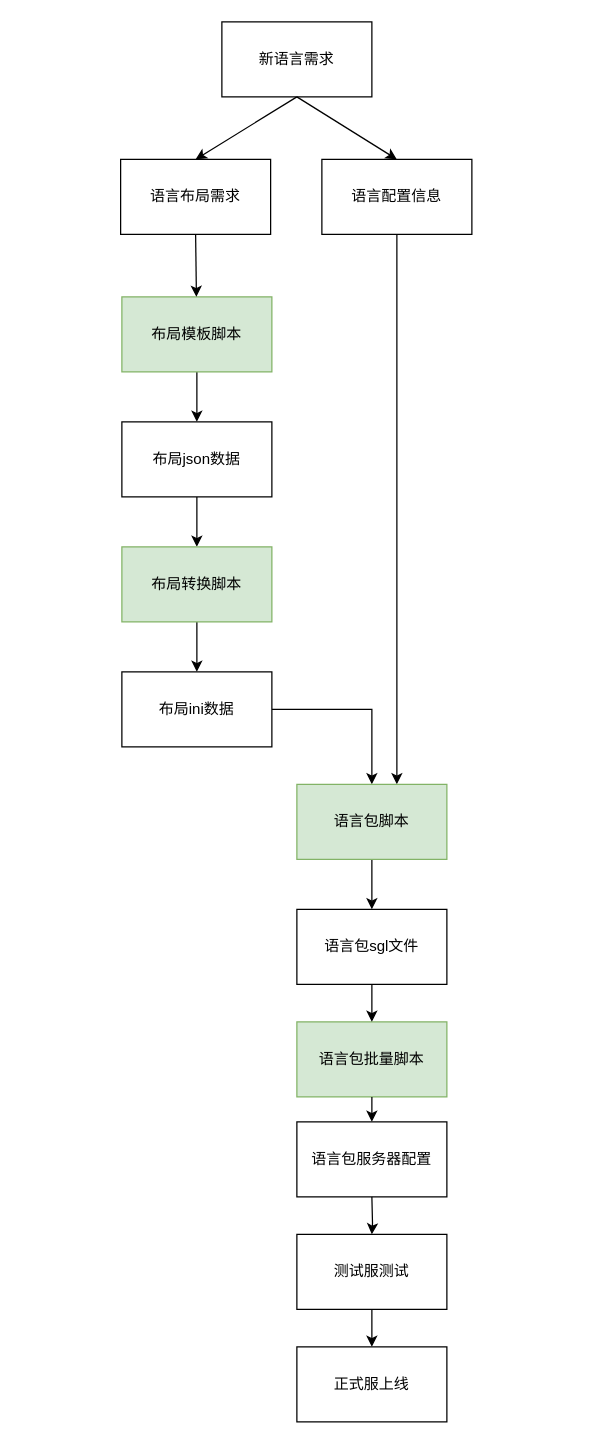
Before: layout-editor/布局编辑器.drawio in chonglv/charts, a draw.io diagram. Source tidied: cells renumbered, new cells numbered last; positions are measured from the earlier drawing's top-left corner, leaving out a move shared by most shapes. Both pictures are drawn from the tidied source at 125%, with x=0, y=0 at pixel (120, 21).
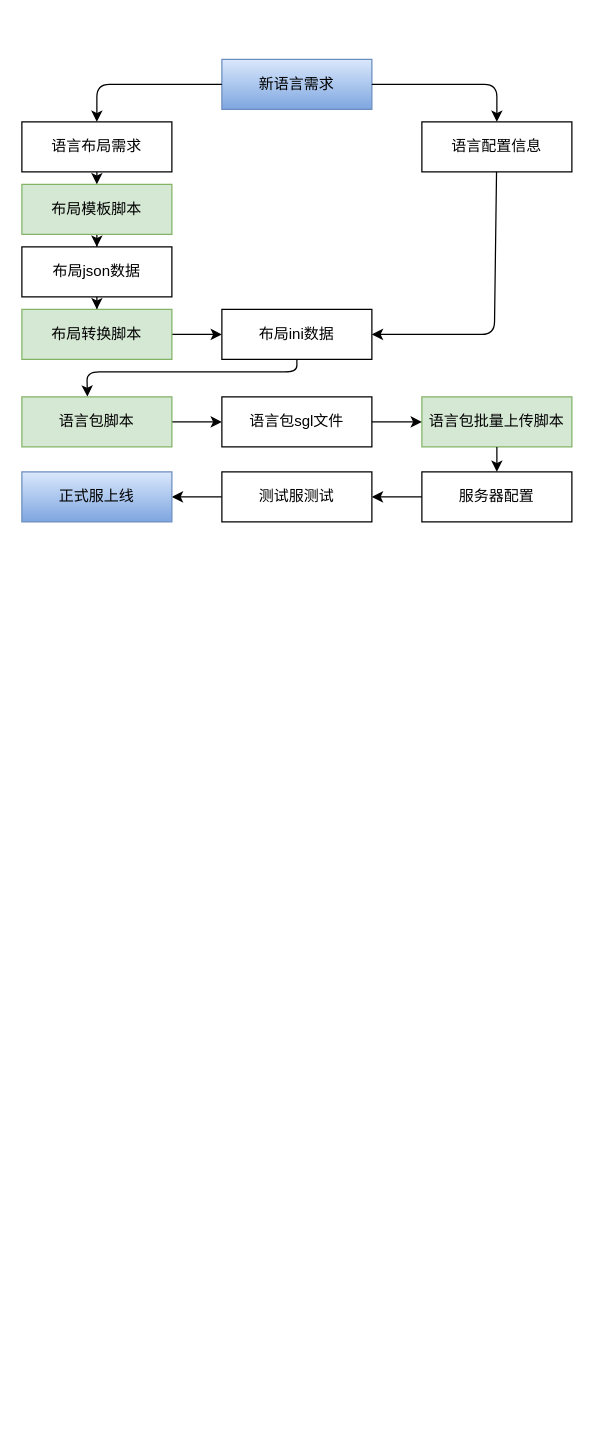
The same page after the edit.

Commit message:
Update 布局编辑器.drawio

Change to the diagram source:
```diff
@@
     <mxCell id="2" value="语言布局需求" style="rounded=0;whiteSpace=wrap;html=1;" parent="1" vertex="1">
-      <mxGeometry y="110" width="120" height="60" as="geometry" />
+      <mxGeometry x="-79" y="80" width="120" height="40" as="geometry" />
     </mxCell>
-    <mxCell id="3" style="edgeStyle=orthogonalEdgeStyle;rounded=0;jettySize=auto;html=1;" parent="1" edge="1" source="4">
-      <mxGeometry relative="1" as="geometry">
-        <mxPoint x="221" y="610" as="targetPoint" />
-      </mxGeometry>
-    </mxCell>
     <mxCell id="4" value="语言配置信息" style="rounded=0;whiteSpace=wrap;html=1;" parent="1" vertex="1">
-      <mxGeometry x="161" y="110" width="120" height="60" as="geometry" />
+      <mxGeometry x="241" y="80" width="120" height="40" as="geometry" />
     </mxCell>
-    <mxCell id="5" value="新语言需求" style="rounded=0;whiteSpace=wrap;html=1;" parent="1" vertex="1">
-      <mxGeometry x="81" width="120" height="60" as="geometry" />
+    <mxCell id="5" value="新语言需求" style="rounded=0;whiteSpace=wrap;html=1;gradientColor=#7ea6e0;fillColor=#dae8fc;strokeColor=#6c8ebf;" parent="1" vertex="1">
+      <mxGeometry x="81" y="30" width="120" height="40" as="geometry" />
     </mxCell>
@@
     <mxCell id="7" value="布局模板脚本" style="rounded=0;whiteSpace=wrap;html=1;fillColor=#d5e8d4;strokeColor=#82b366;" parent="1" vertex="1">
-      <mxGeometry x="1" y="220" width="120" height="60" as="geometry" />
+      <mxGeometry x="-79" y="130" width="120" height="40" as="geometry" />
     </mxCell>
@@
     <mxCell id="9" value="布局json数据" style="rounded=0;whiteSpace=wrap;html=1;" parent="1" vertex="1">
-      <mxGeometry x="1" y="320" width="120" height="60" as="geometry" />
+      <mxGeometry x="-79" y="180" width="120" height="40" as="geometry" />
     </mxCell>
@@
     <mxCell id="11" value="布局转换脚本" style="rounded=0;whiteSpace=wrap;html=1;fillColor=#d5e8d4;strokeColor=#82b366;" parent="1" vertex="1">
-      <mxGeometry x="1" y="420" width="120" height="60" as="geometry" />
+      <mxGeometry x="-79" y="230" width="120" height="40" as="geometry" />
     </mxCell>
-    <mxCell id="12" style="edgeStyle=orthogonalEdgeStyle;rounded=0;jettySize=auto;html=1;" parent="1" edge="1" source="13" target="15">
-      <mxGeometry relative="1" as="geometry" />
-    </mxCell>
     <mxCell id="13" value="布局ini数据" style="rounded=0;whiteSpace=wrap;html=1;" parent="1" vertex="1">
-      <mxGeometry x="1" y="520" width="120" height="60" as="geometry" />
+      <mxGeometry x="81" y="230" width="120" height="40" as="geometry" />
     </mxCell>
@@
     <mxCell id="15" value="语言包脚本" style="rounded=0;whiteSpace=wrap;html=1;fillColor=#d5e8d4;strokeColor=#82b366;" parent="1" vertex="1">
-      <mxGeometry x="141" y="610" width="120" height="60" as="geometry" />
+      <mxGeometry x="-79" y="300" width="120" height="40" as="geometry" />
     </mxCell>
     <mxCell id="16" value="语言包sgl文件" style="rounded=0;whiteSpace=wrap;html=1;" parent="1" vertex="1">
-      <mxGeometry x="141" y="710" width="120" height="60" as="geometry" />
+      <mxGeometry x="81" y="300" width="120" height="40" as="geometry" />
     </mxCell>
-    <mxCell id="17" value="语言包批量脚本" style="rounded=0;whiteSpace=wrap;html=1;fillColor=#d5e8d4;strokeColor=#82b366;" parent="1" vertex="1">
-      <mxGeometry x="141" y="800" width="120" height="60" as="geometry" />
+    <mxCell id="17" value="语言包批量上传脚本" style="rounded=0;whiteSpace=wrap;html=1;fillColor=#d5e8d4;strokeColor=#82b366;" parent="1" vertex="1">
+      <mxGeometry x="241" y="300" width="120" height="40" as="geometry" />
     </mxCell>
-    <mxCell id="18" value="语言包服务器配置" style="rounded=0;whiteSpace=wrap;html=1;" parent="1" vertex="1">
-      <mxGeometry x="141" y="880" width="120" height="60" as="geometry" />
+    <mxCell id="18" value="服务器配置" style="rounded=0;whiteSpace=wrap;html=1;" parent="1" vertex="1">
+      <mxGeometry x="241" y="360" width="120" height="40" as="geometry" />
     </mxCell>
-    <mxCell id="19" style="edgeStyle=orthogonalEdgeStyle;rounded=0;jettySize=auto;html=1;" parent="1" edge="1" target="21">
-      <mxGeometry relative="1" as="geometry">
-        <mxPoint x="201" y="940" as="sourcePoint" />
-      </mxGeometry>
+    <mxCell id="19" style="edgeStyle=orthogonalEdgeStyle;rounded=0;jettySize=auto;html=1;exitX=0;exitY=0.5;exitDx=0;exitDy=0;exitPerimeter=0;" parent="1" edge="1" source="18" target="21">
+      <mxGeometry relative="1" as="geometry" />
     </mxCell>
@@
     <mxCell id="21" value="测试服测试" style="rounded=0;whiteSpace=wrap;html=1;" parent="1" vertex="1">
-      <mxGeometry x="141" y="970" width="120" height="60" as="geometry" />
+      <mxGeometry x="81" y="360" width="120" height="40" as="geometry" />
     </mxCell>
-    <mxCell id="22" value="正式服上线" style="rounded=0;whiteSpace=wrap;html=1;" parent="1" vertex="1">
-      <mxGeometry x="141" y="1060" width="120" height="60" as="geometry" />
+    <mxCell id="22" value="正式服上线" style="rounded=0;whiteSpace=wrap;html=1;gradientColor=#7ea6e0;fillColor=#dae8fc;strokeColor=#6c8ebf;" parent="1" vertex="1">
+      <mxGeometry x="-79" y="360" width="120" height="40" as="geometry" />
     </mxCell>
-    <mxCell id="23" style="endArrow=classic;html=1;exitX=0.5;exitY=1;exitDx=0;exitDy=0;entryX=0.5;entryY=0;entryDx=0;entryDy=0;" parent="1" edge="1" source="5" target="2">
-      <mxGeometry relative="1" as="geometry" />
+    <mxCell id="23" style="endArrow=classic;html=1;exitX=0;exitY=0.5;exitDx=0;exitDy=0;entryX=0.5;entryY=0;entryDx=0;entryDy=0;" parent="1" edge="1" source="5" target="2">
+      <mxGeometry relative="1" as="geometry">
+        <Array as="points">
+          <mxPoint x="-19" y="50" />
+        </Array>
+      </mxGeometry>
     </mxCell>
-    <mxCell id="24" style="endArrow=classic;html=1;entryX=0.5;entryY=0;entryDx=0;entryDy=0;" parent="1" edge="1" target="4">
+    <mxCell id="24" style="endArrow=classic;html=1;entryX=0.5;entryY=0;entryDx=0;entryDy=0;exitX=1;exitY=0.5;exitDx=0;exitDy=0;" parent="1" edge="1" source="5" target="4">
       <mxGeometry relative="1" as="geometry">
-        <mxPoint x="141" y="60" as="sourcePoint" />
+        <Array as="points">
+          <mxPoint x="301" y="50" />
+        </Array>
       </mxGeometry>
     </mxCell>
@@
-    <mxCell id="26" style="endArrow=classic;html=1;exitX=0.5;exitY=1;exitDx=0;exitDy=0;entryX=0.5;entryY=0;entryDx=0;entryDy=0;" parent="1" edge="1" source="16" target="17">
+    <mxCell id="26" style="endArrow=classic;html=1;entryX=0;entryY=0.5;entryDx=0;entryDy=0;exitX=1;exitY=0.5;exitDx=0;exitDy=0;" parent="1" edge="1" source="16" target="17">
       <mxGeometry relative="1" as="geometry" />
     </mxCell>
@@
+    <mxCell id="28" style="endArrow=classic;html=1;entryX=1;entryY=0.5;entryDx=0;entryDy=0;" parent="1" edge="1" source="4" target="13">
+      <mxGeometry relative="1" as="geometry">
+        <Array as="points">
+          <mxPoint x="299" y="250" />
+        </Array>
+      </mxGeometry>
+    </mxCell>
+    <mxCell id="12" style="endArrow=classic;html=1;exitX=0.5;exitY=1;exitDx=0;exitDy=0;entryX=0.437;entryY=-0.005;entryDx=0;entryDy=0;entryPerimeter=0;" parent="1" edge="1" source="13" target="15">
+      <mxGeometry relative="1" as="geometry">
+        <Array as="points">
+          <mxPoint x="141" y="280" />
+          <mxPoint x="-27" y="280" />
+        </Array>
+      </mxGeometry>
+    </mxCell>
```
